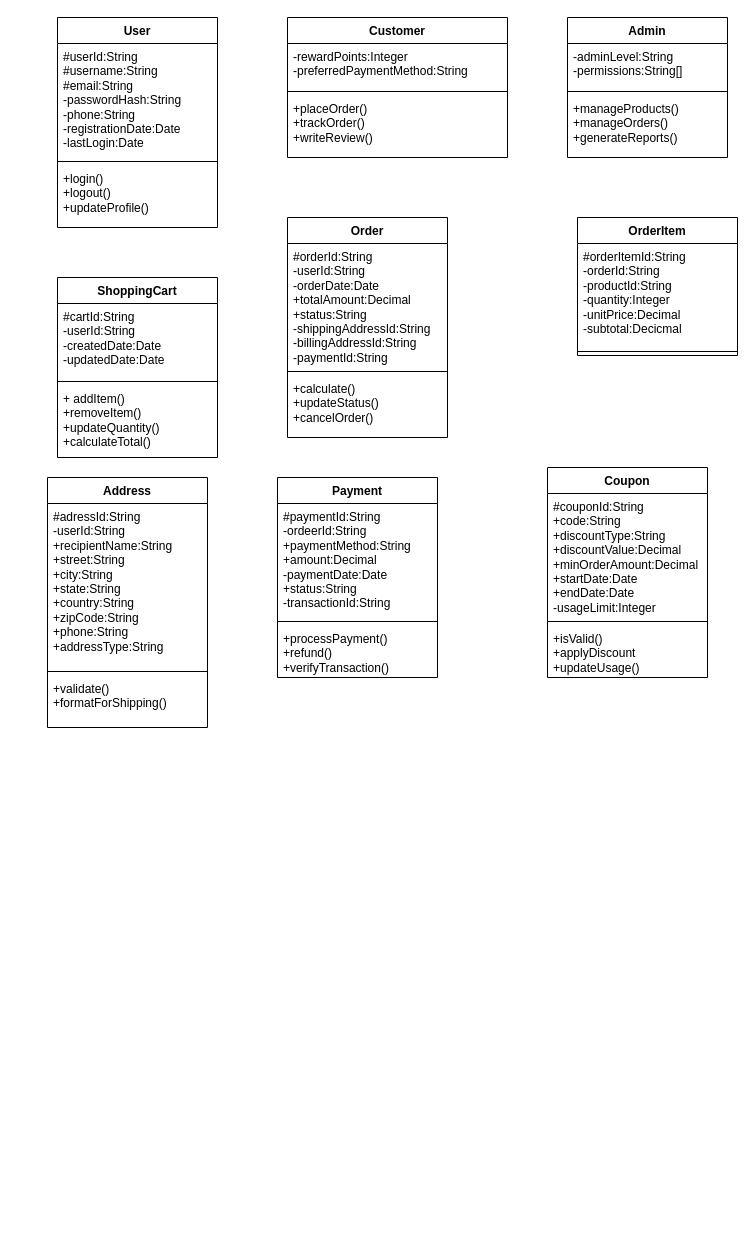
This is Deployment_Diagram.drawio from mushroomAAA/draw.io, a draw.io file, before an edit. Source tidied: cells renumbered, new cells numbered last; positions are measured from the earlier drawing's top-left corner, leaving out a move shared by most shapes. Both pictures are drawn from the tidied source at 100%, with x=0, y=0 at pixel (47, 17).
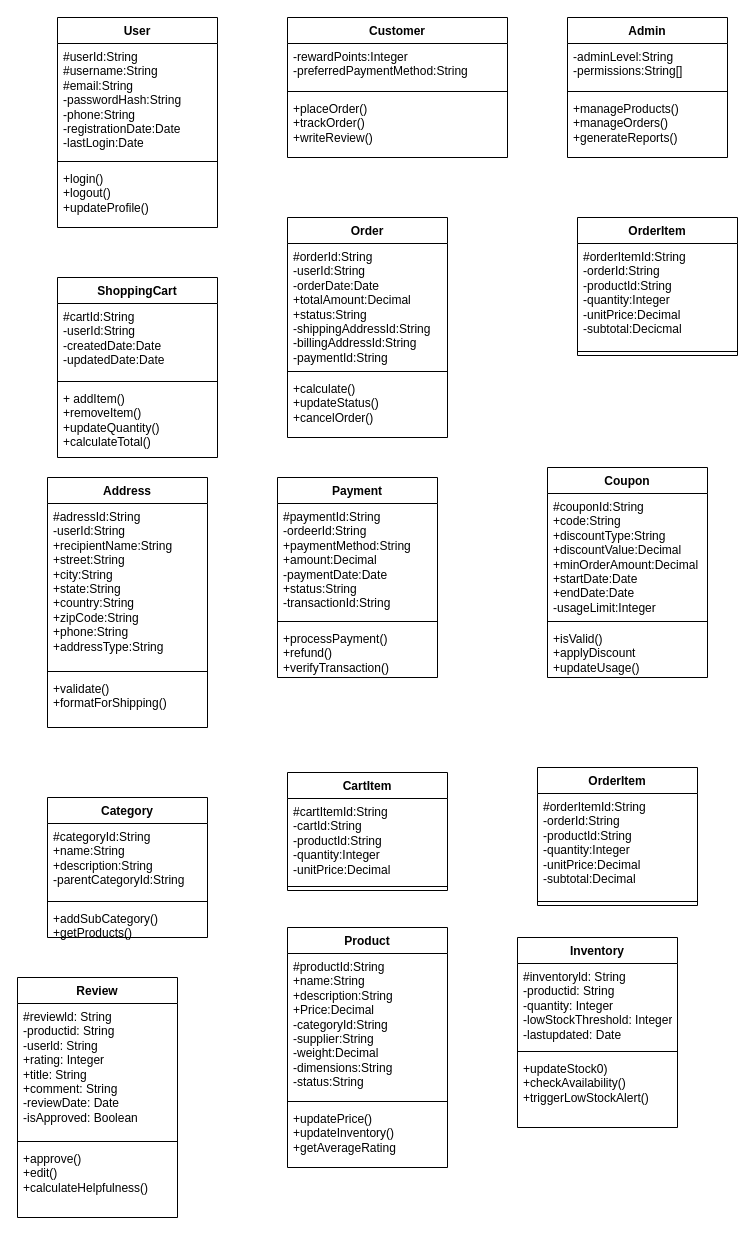
After the change.

Change to the diagram source:
```diff
@@
+    <mxCell id="37" value="Category" style="swimlane;fontStyle=1;align=center;verticalAlign=top;horizontal=1;startSize=26;whiteSpace=wrap;html=1;" parent="1" vertex="1">
+      <mxGeometry y="780" width="160" height="140" as="geometry" />
+    </mxCell>
+    <mxCell id="38" value="#categoryId:String&lt;div&gt;+name:String&lt;/div&gt;&lt;div&gt;+description:String&lt;/div&gt;&lt;div&gt;-parentCategoryId:String&lt;/div&gt;" style="text;strokeColor=none;fillColor=none;align=left;verticalAlign=top;spacingLeft=4;spacingRight=4;overflow=hidden;whiteSpace=wrap;html=1;" parent="37" vertex="1">
+      <mxGeometry y="26" width="160" height="74" as="geometry" />
+    </mxCell>
+    <mxCell id="39" style="line;strokeWidth=1;fillColor=none;align=left;verticalAlign=middle;spacingTop=-1;spacingLeft=3;spacingRight=3;labelPosition=right;strokeColor=inherit;" parent="37" vertex="1">
+      <mxGeometry y="100" width="160" height="8" as="geometry" />
+    </mxCell>
+    <mxCell id="40" value="+addSubCategory()&lt;div&gt;+getProducts()&lt;/div&gt;" style="text;strokeColor=none;fillColor=none;align=left;verticalAlign=top;spacingLeft=4;spacingRight=4;overflow=hidden;whiteSpace=wrap;html=1;" parent="37" vertex="1">
+      <mxGeometry y="108" width="160" height="32" as="geometry" />
+    </mxCell>
+    <mxCell id="41" value="CartItem" style="swimlane;fontStyle=1;align=center;verticalAlign=top;horizontal=1;startSize=26;whiteSpace=wrap;html=1;" parent="1" vertex="1">
+      <mxGeometry x="240" y="755" width="160" height="118" as="geometry" />
+    </mxCell>
+    <mxCell id="42" value="#cartItemId:String&lt;div&gt;-cartId:String&lt;/div&gt;&lt;div&gt;-productId:String&lt;/div&gt;&lt;div&gt;-quantity:Integer&lt;/div&gt;&lt;div&gt;-unitPrice:Decimal&lt;/div&gt;" style="text;strokeColor=none;fillColor=none;align=left;verticalAlign=top;spacingLeft=4;spacingRight=4;overflow=hidden;whiteSpace=wrap;html=1;" parent="41" vertex="1">
+      <mxGeometry y="26" width="160" height="84" as="geometry" />
+    </mxCell>
+    <mxCell id="43" style="line;strokeWidth=1;fillColor=none;align=left;verticalAlign=middle;spacingTop=-1;spacingLeft=3;spacingRight=3;labelPosition=right;strokeColor=inherit;" parent="41" vertex="1">
+      <mxGeometry y="110" width="160" height="8" as="geometry" />
+    </mxCell>
+    <mxCell id="44" value="OrderItem" style="swimlane;fontStyle=1;align=center;verticalAlign=top;horizontal=1;startSize=26;whiteSpace=wrap;html=1;" parent="1" vertex="1">
+      <mxGeometry x="490" y="750" width="160" height="138" as="geometry" />
+    </mxCell>
+    <mxCell id="45" value="#orderItemId:String&lt;div&gt;-orderId:String&lt;/div&gt;&lt;div&gt;-productId:String&lt;/div&gt;&lt;div&gt;-quantity:Integer&lt;/div&gt;&lt;div&gt;-unitPrice:Decimal&lt;/div&gt;&lt;div&gt;-subtotal:Decimal&lt;/div&gt;" style="text;strokeColor=none;fillColor=none;align=left;verticalAlign=top;spacingLeft=4;spacingRight=4;overflow=hidden;whiteSpace=wrap;html=1;" parent="44" vertex="1">
+      <mxGeometry y="26" width="160" height="104" as="geometry" />
+    </mxCell>
+    <mxCell id="46" style="line;strokeWidth=1;fillColor=none;align=left;verticalAlign=middle;spacingTop=-1;spacingLeft=3;spacingRight=3;labelPosition=right;strokeColor=inherit;" parent="44" vertex="1">
+      <mxGeometry y="130" width="160" height="8" as="geometry" />
+    </mxCell>
+    <mxCell id="47" value="Product" style="swimlane;fontStyle=1;align=center;verticalAlign=top;horizontal=1;startSize=26;whiteSpace=wrap;html=1;" parent="1" vertex="1">
+      <mxGeometry x="240" y="910" width="160" height="240" as="geometry" />
+    </mxCell>
+    <mxCell id="48" value="#productId:String&lt;div&gt;+name:String&lt;/div&gt;&lt;div&gt;+description:String&lt;/div&gt;&lt;div&gt;+Price:Decimal&lt;/div&gt;&lt;div&gt;-categoryId:String&lt;/div&gt;&lt;div&gt;-supplier:String&lt;/div&gt;&lt;div&gt;-weight:Decimal&lt;/div&gt;&lt;div&gt;-dimensions:String&lt;/div&gt;&lt;div&gt;-status:String&lt;/div&gt;" style="text;strokeColor=none;fillColor=none;align=left;verticalAlign=top;spacingLeft=4;spacingRight=4;overflow=hidden;whiteSpace=wrap;html=1;" parent="47" vertex="1">
+      <mxGeometry y="26" width="160" height="144" as="geometry" />
+    </mxCell>
+    <mxCell id="49" style="line;strokeWidth=1;fillColor=none;align=left;verticalAlign=middle;spacingTop=-1;spacingLeft=3;spacingRight=3;labelPosition=right;strokeColor=inherit;" parent="47" vertex="1">
+      <mxGeometry y="170" width="160" height="8" as="geometry" />
+    </mxCell>
+    <mxCell id="50" value="+updatePrice()&lt;div&gt;+updateInventory()&lt;/div&gt;&lt;div&gt;+getAverageRating&lt;/div&gt;" style="text;strokeColor=none;fillColor=none;align=left;verticalAlign=top;spacingLeft=4;spacingRight=4;overflow=hidden;whiteSpace=wrap;html=1;" parent="47" vertex="1">
+      <mxGeometry y="178" width="160" height="62" as="geometry" />
+    </mxCell>
+    <mxCell id="51" value="Inventory" style="swimlane;fontStyle=1;align=center;verticalAlign=top;horizontal=1;startSize=26;whiteSpace=wrap;html=1;" parent="1" vertex="1">
+      <mxGeometry x="470" y="920" width="160" height="190" as="geometry" />
+    </mxCell>
+    <mxCell id="52" value="&lt;div&gt;#inventoryld: String&lt;/div&gt;&lt;div&gt;-productid: String&amp;nbsp;&lt;/div&gt;&lt;div&gt;-quantity: Integer&lt;/div&gt;&lt;div&gt;-lowStockThreshold: Integer&lt;/div&gt;&lt;div&gt;-lastupdated: Date&lt;/div&gt;" style="text;strokeColor=none;fillColor=none;align=left;verticalAlign=top;spacingLeft=4;spacingRight=4;overflow=hidden;whiteSpace=wrap;html=1;" parent="51" vertex="1">
+      <mxGeometry y="26" width="160" height="84" as="geometry" />
+    </mxCell>
+    <mxCell id="53" style="line;strokeWidth=1;fillColor=none;align=left;verticalAlign=middle;spacingTop=-1;spacingLeft=3;spacingRight=3;labelPosition=right;strokeColor=inherit;" parent="51" vertex="1">
+      <mxGeometry y="110" width="160" height="8" as="geometry" />
+    </mxCell>
+    <mxCell id="54" value="&lt;div&gt;+updateStock0)&lt;/div&gt;&lt;div&gt;+checkAvailability()&lt;/div&gt;&lt;div&gt;+triggerLowStockAlert()&lt;/div&gt;" style="text;strokeColor=none;fillColor=none;align=left;verticalAlign=top;spacingLeft=4;spacingRight=4;overflow=hidden;whiteSpace=wrap;html=1;" parent="51" vertex="1">
+      <mxGeometry y="118" width="160" height="72" as="geometry" />
+    </mxCell>
+    <mxCell id="55" value="Review" style="swimlane;fontStyle=1;align=center;verticalAlign=top;horizontal=1;startSize=26;whiteSpace=wrap;html=1;" parent="1" vertex="1">
+      <mxGeometry x="-30" y="960" width="160" height="240" as="geometry" />
+    </mxCell>
+    <mxCell id="56" value="&lt;div&gt;#reviewld: String&amp;nbsp;&lt;/div&gt;&lt;div&gt;-productid: String&lt;/div&gt;&lt;div&gt;-userld: String&lt;/div&gt;&lt;div&gt;+rating: Integer&lt;/div&gt;&lt;div&gt;+title: String&lt;/div&gt;&lt;div&gt;+comment: String&lt;/div&gt;&lt;div&gt;-reviewDate: Date&lt;/div&gt;&lt;div&gt;-isApproved: Boolean&lt;/div&gt;" style="text;strokeColor=none;fillColor=none;align=left;verticalAlign=top;spacingLeft=4;spacingRight=4;overflow=hidden;whiteSpace=wrap;html=1;" parent="55" vertex="1">
+      <mxGeometry y="26" width="160" height="134" as="geometry" />
+    </mxCell>
+    <mxCell id="57" style="line;strokeWidth=1;fillColor=none;align=left;verticalAlign=middle;spacingTop=-1;spacingLeft=3;spacingRight=3;labelPosition=right;strokeColor=inherit;" parent="55" vertex="1">
+      <mxGeometry y="160" width="160" height="8" as="geometry" />
+    </mxCell>
+    <mxCell id="58" value="&lt;div&gt;+approve()&lt;/div&gt;&lt;div&gt;+edit()&lt;/div&gt;&lt;div&gt;+calculateHelpfulness()&lt;/div&gt;" style="text;strokeColor=none;fillColor=none;align=left;verticalAlign=top;spacingLeft=4;spacingRight=4;overflow=hidden;whiteSpace=wrap;html=1;" parent="55" vertex="1">
+      <mxGeometry y="168" width="160" height="72" as="geometry" />
+    </mxCell>
```
